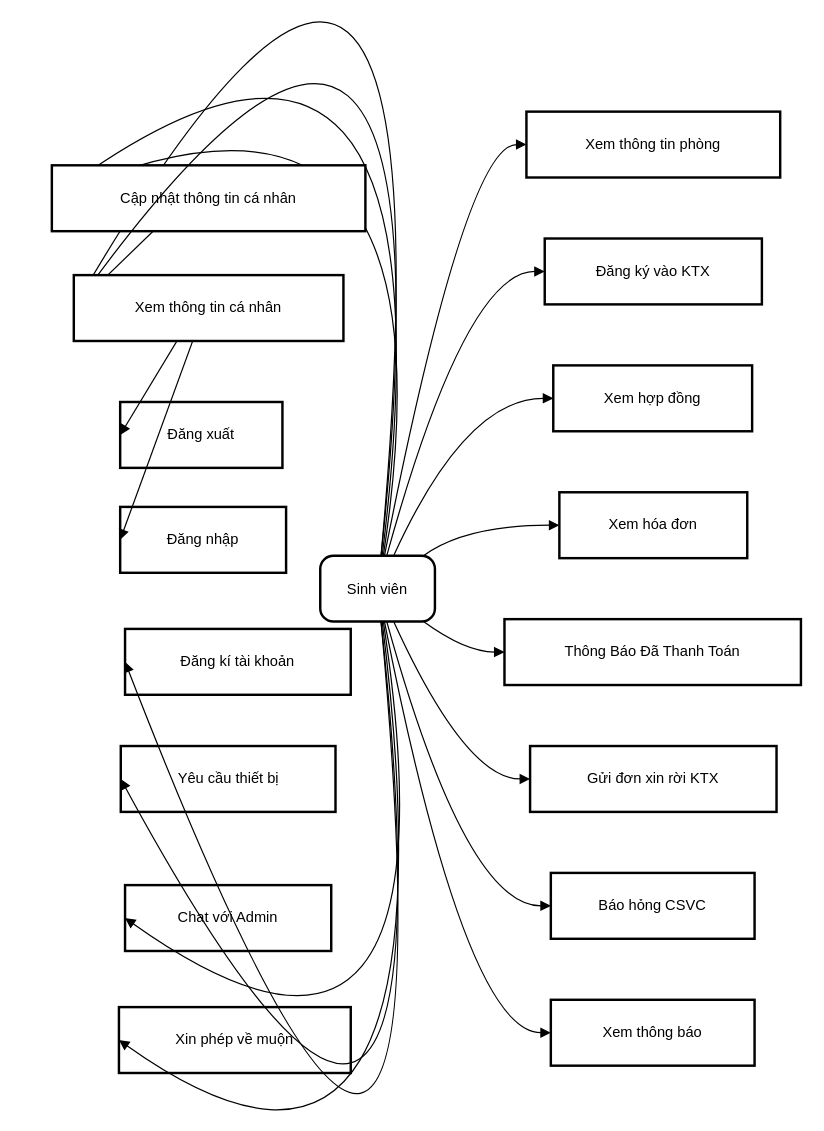
This is page "Trang-2" (2 of 43) of usecase-tongquan.drawio from ngocanh0803/DACS-25-PhanMemQuanLi1, a draw.io file, before an edit. Source tidied: cells renumbered, new cells numbered last; positions are measured from the earlier drawing's top-left corner, leaving out a move shared by most shapes. Both pictures are drawn from the tidied source at 122%, with x=0, y=0 at pixel (51, -364).
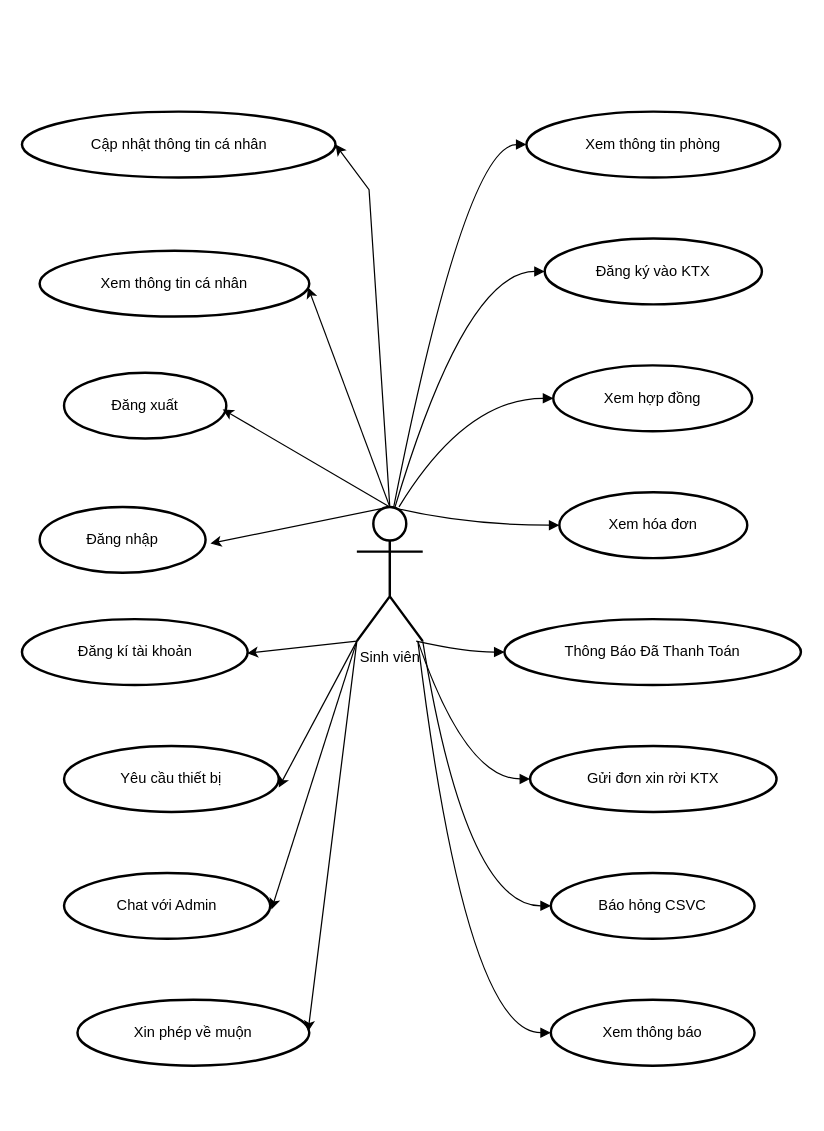
The same page after the edit.

What changed in the source:
```diff
@@
-    <mxCell id="2" value="Sinh viên" style="rounded=1;arcSize=20;strokeWidth=2;" parent="1" vertex="1">
-      <mxGeometry x="220" y="753" width="94" height="54" as="geometry" />
+    <mxCell id="2" value="Sinh viên" style="rounded=1;arcSize=20;strokeWidth=2;shape=umlActor;verticalLabelPosition=bottom;verticalAlign=top;html=1;outlineConnect=0;" parent="1" vertex="1">
+      <mxGeometry x="250" y="713" width="54" height="110" as="geometry" />
     </mxCell>
-    <mxCell id="3" value="Đăng nhập" style="whiteSpace=wrap;strokeWidth=2;" parent="1" vertex="1">
-      <mxGeometry x="56" y="713" width="136" height="54" as="geometry" />
+    <mxCell id="3" value="Đăng nhập" style="whiteSpace=wrap;strokeWidth=2;shape=ellipse;perimeter=ellipsePerimeter;html=1;" parent="1" vertex="1">
+      <mxGeometry x="-10" y="713" width="136" height="54" as="geometry" />
     </mxCell>
-    <mxCell id="4" value="Đăng xuất" style="whiteSpace=wrap;strokeWidth=2;" parent="1" vertex="1">
-      <mxGeometry x="56" y="627" width="133" height="54" as="geometry" />
+    <mxCell id="4" value="Đăng xuất" style="whiteSpace=wrap;strokeWidth=2;shape=ellipse;perimeter=ellipsePerimeter;html=1;" parent="1" vertex="1">
+      <mxGeometry x="10" y="603" width="133" height="54" as="geometry" />
     </mxCell>
-    <mxCell id="5" value="Xem thông tin phòng" style="whiteSpace=wrap;strokeWidth=2;" parent="1" vertex="1">
+    <mxCell id="5" value="Xem thông tin phòng" style="whiteSpace=wrap;strokeWidth=2;shape=ellipse;perimeter=ellipsePerimeter;html=1;" parent="1" vertex="1">
       <mxGeometry x="389" y="389" width="208" height="54" as="geometry" />
     </mxCell>
-    <mxCell id="6" value="Đăng ký vào KTX" style="whiteSpace=wrap;strokeWidth=2;" parent="1" vertex="1">
+    <mxCell id="6" value="Đăng ký vào KTX" style="whiteSpace=wrap;strokeWidth=2;shape=ellipse;perimeter=ellipsePerimeter;html=1;" parent="1" vertex="1">
       <mxGeometry x="404" y="493" width="178" height="54" as="geometry" />
     </mxCell>
-    <mxCell id="7" value="Xem hợp đồng" style="whiteSpace=wrap;strokeWidth=2;" parent="1" vertex="1">
+    <mxCell id="7" value="Xem hợp đồng" style="whiteSpace=wrap;strokeWidth=2;shape=ellipse;perimeter=ellipsePerimeter;html=1;" parent="1" vertex="1">
       <mxGeometry x="411" y="597" width="163" height="54" as="geometry" />
     </mxCell>
-    <mxCell id="8" value="Xem hóa đơn" style="whiteSpace=wrap;strokeWidth=2;" parent="1" vertex="1">
+    <mxCell id="8" value="Xem hóa đơn" style="whiteSpace=wrap;strokeWidth=2;shape=ellipse;perimeter=ellipsePerimeter;html=1;" parent="1" vertex="1">
       <mxGeometry x="416" y="701" width="154" height="54" as="geometry" />
     </mxCell>
-    <mxCell id="9" value="Thông Báo Đã Thanh Toán" style="whiteSpace=wrap;strokeWidth=2;" parent="1" vertex="1">
+    <mxCell id="9" value="Thông Báo Đã Thanh Toán" style="whiteSpace=wrap;strokeWidth=2;shape=ellipse;perimeter=ellipsePerimeter;html=1;" parent="1" vertex="1">
       <mxGeometry x="371" y="805" width="243" height="54" as="geometry" />
     </mxCell>
-    <mxCell id="10" value="Gửi đơn xin rời KTX" style="whiteSpace=wrap;strokeWidth=2;" parent="1" vertex="1">
+    <mxCell id="10" value="Gửi đơn xin rời KTX" style="whiteSpace=wrap;strokeWidth=2;shape=ellipse;perimeter=ellipsePerimeter;html=1;" parent="1" vertex="1">
       <mxGeometry x="392" y="909" width="202" height="54" as="geometry" />
     </mxCell>
-    <mxCell id="11" value="Báo hỏng CSVC" style="whiteSpace=wrap;strokeWidth=2;" parent="1" vertex="1">
+    <mxCell id="11" value="Báo hỏng CSVC" style="whiteSpace=wrap;strokeWidth=2;shape=ellipse;perimeter=ellipsePerimeter;html=1;" parent="1" vertex="1">
       <mxGeometry x="409" y="1013" width="167" height="54" as="geometry" />
     </mxCell>
-    <mxCell id="12" value="Xem thông báo" style="whiteSpace=wrap;strokeWidth=2;" parent="1" vertex="1">
+    <mxCell id="12" value="Xem thông báo" style="whiteSpace=wrap;strokeWidth=2;shape=ellipse;perimeter=ellipsePerimeter;html=1;" parent="1" vertex="1">
       <mxGeometry x="409" y="1117" width="167" height="54" as="geometry" />
     </mxCell>
-    <mxCell id="13" value="Chat với Admin" style="whiteSpace=wrap;strokeWidth=2;" parent="1" vertex="1">
-      <mxGeometry x="60" y="1023" width="169" height="54" as="geometry" />
+    <mxCell id="13" value="Chat với Admin" style="whiteSpace=wrap;strokeWidth=2;shape=ellipse;perimeter=ellipsePerimeter;html=1;" parent="1" vertex="1">
+      <mxGeometry x="10" y="1013" width="169" height="54" as="geometry" />
     </mxCell>
-    <mxCell id="14" value="Xin phép về muộn" style="whiteSpace=wrap;strokeWidth=2;" parent="1" vertex="1">
-      <mxGeometry x="55" y="1123" width="190" height="54" as="geometry" />
+    <mxCell id="14" value="Xin phép về muộn" style="whiteSpace=wrap;strokeWidth=2;shape=ellipse;perimeter=ellipsePerimeter;html=1;" parent="1" vertex="1">
+      <mxGeometry x="21" y="1117" width="190" height="54" as="geometry" />
     </mxCell>
-    <mxCell id="15" value="Yêu cầu thiết bị" style="whiteSpace=wrap;strokeWidth=2;" parent="1" vertex="1">
-      <mxGeometry x="56.5" y="909" width="176" height="54" as="geometry" />
+    <mxCell id="15" value="Yêu cầu thiết bị" style="whiteSpace=wrap;strokeWidth=2;shape=ellipse;perimeter=ellipsePerimeter;html=1;" parent="1" vertex="1">
+      <mxGeometry x="10" y="909" width="176" height="54" as="geometry" />
     </mxCell>
-    <mxCell id="16" value="Đăng kí tài khoản" style="whiteSpace=wrap;strokeWidth=2;" parent="1" vertex="1">
-      <mxGeometry x="60" y="813" width="185" height="54" as="geometry" />
+    <mxCell id="16" value="Đăng kí tài khoản" style="whiteSpace=wrap;strokeWidth=2;shape=ellipse;perimeter=ellipsePerimeter;html=1;" parent="1" vertex="1">
+      <mxGeometry x="-24.5" y="805" width="185" height="54" as="geometry" />
     </mxCell>
-    <mxCell id="17" style="curved=1;startArrow=none;endArrow=block;exitX=0.53;exitY=0;entryX=0;entryY=0.5;rounded=0;" parent="1" edge="1" source="37" target="3">
-      <mxGeometry relative="1" as="geometry" />
-    </mxCell>
-    <mxCell id="18" style="curved=1;startArrow=none;endArrow=block;exitX=0.53;exitY=0;entryX=0;entryY=0.5;rounded=0;" parent="1" edge="1" source="37" target="4">
-      <mxGeometry relative="1" as="geometry" />
-    </mxCell>
-    <mxCell id="19" style="curved=1;startArrow=none;endArrow=block;exitX=0.54;exitY=0;entryX=0;entryY=0.5;rounded=0;" parent="1" edge="1" source="35" target="37">
-      <mxGeometry relative="1" as="geometry" />
-    </mxCell>
-    <mxCell id="20" style="curved=1;startArrow=none;endArrow=block;exitX=0.55;exitY=0;entryX=0;entryY=0.5;rounded=0;" parent="1" edge="1" source="2" target="35">
-      <mxGeometry relative="1" as="geometry">
-        <Array as="points">
-          <mxPoint x="339" y="312" />
-        </Array>
-      </mxGeometry>
-    </mxCell>
@@
-    <mxCell id="24" style="curved=1;startArrow=none;endArrow=block;exitX=0.9;exitY=0;entryX=0;entryY=0.5;rounded=0;" parent="1" edge="1" source="2" target="8">
+    <mxCell id="24" style="curved=1;startArrow=none;endArrow=block;exitX=0.5;exitY=0;entryX=0;entryY=0.5;rounded=0;exitDx=0;exitDy=0;exitPerimeter=0;" parent="1" edge="1" source="2" target="8">
       <mxGeometry relative="1" as="geometry">
         <Array as="points">
           <mxPoint x="339" y="728" />
         </Array>
       </mxGeometry>
     </mxCell>
@@
-    <mxCell id="26" style="curved=1;startArrow=none;endArrow=block;exitX=0.64;exitY=1;entryX=0;entryY=0.5;rounded=0;" parent="1" edge="1" source="2" target="10">
+    <mxCell id="26" style="curved=1;startArrow=none;endArrow=block;entryX=0;entryY=0.5;rounded=0;" parent="1" edge="1" target="10">
       <mxGeometry relative="1" as="geometry">
+        <mxPoint x="300" y="823" as="sourcePoint" />
         <Array as="points">
           <mxPoint x="339" y="936" />
         </Array>
       </mxGeometry>
     </mxCell>
-    <mxCell id="27" style="curved=1;startArrow=none;endArrow=block;exitX=0.58;exitY=1;entryX=0;entryY=0.5;rounded=0;" parent="1" edge="1" source="2" target="11">
+    <mxCell id="27" style="curved=1;startArrow=none;endArrow=block;exitX=1;exitY=1;entryX=0;entryY=0.5;rounded=0;exitDx=0;exitDy=0;exitPerimeter=0;" parent="1" edge="1" source="2" target="11">
       <mxGeometry relative="1" as="geometry">
         <Array as="points">
           <mxPoint x="339" y="1040" />
         </Array>
       </mxGeometry>
     </mxCell>
-    <mxCell id="28" style="curved=1;startArrow=none;endArrow=block;exitX=0.56;exitY=1;entryX=0;entryY=0.5;rounded=0;" parent="1" edge="1" source="2" target="12">
+    <mxCell id="28" style="curved=1;startArrow=none;endArrow=block;entryX=0;entryY=0.5;rounded=0;" parent="1" edge="1" target="12">
       <mxGeometry relative="1" as="geometry">
+        <mxPoint x="300" y="823" as="sourcePoint" />
         <Array as="points">
           <mxPoint x="339" y="1144" />
         </Array>
       </mxGeometry>
     </mxCell>
-    <mxCell id="29" style="curved=1;startArrow=none;endArrow=block;exitX=0.55;exitY=1;entryX=0;entryY=0.5;rounded=0;" parent="1" edge="1" source="2" target="13">
-      <mxGeometry relative="1" as="geometry">
-        <Array as="points">
-          <mxPoint x="339" y="1248" />
-        </Array>
-      </mxGeometry>
-    </mxCell>
-    <mxCell id="30" style="curved=1;startArrow=none;endArrow=block;exitX=0.54;exitY=1;entryX=0;entryY=0.5;rounded=0;" parent="1" edge="1" source="2" target="14">
-      <mxGeometry relative="1" as="geometry">
-        <Array as="points">
-          <mxPoint x="339" y="1352" />
-        </Array>
-      </mxGeometry>
-    </mxCell>
-    <mxCell id="31" style="curved=1;startArrow=none;endArrow=block;exitX=0.53;exitY=1;entryX=0;entryY=0.5;rounded=0;" parent="1" edge="1" source="2" target="15">
-      <mxGeometry relative="1" as="geometry">
-        <Array as="points">
-          <mxPoint x="339" y="1456" />
-        </Array>
-      </mxGeometry>
-    </mxCell>
-    <mxCell id="32" style="curved=1;startArrow=none;endArrow=block;exitX=0.53;exitY=1;entryX=0;entryY=0.5;rounded=0;" parent="1" edge="1" source="2" target="16">
-      <mxGeometry relative="1" as="geometry">
-        <Array as="points">
-          <mxPoint x="339" y="1560" />
-        </Array>
-      </mxGeometry>
-    </mxCell>
-    <mxCell id="33" style="curved=1;startArrow=none;endArrow=block;exitX=0.53;exitY=0;entryX=0;entryY=0.5;rounded=0;" parent="1" edge="1" source="2" target="37">
-      <mxGeometry relative="1" as="geometry">
-        <Array as="points">
-          <mxPoint x="339" />
-        </Array>
-      </mxGeometry>
-    </mxCell>
-    <mxCell id="34" style="curved=1;startArrow=none;endArrow=block;exitX=0.54;exitY=0;entryX=0;entryY=0.5;rounded=0;" parent="1" edge="1" source="2" target="35">
-      <mxGeometry relative="1" as="geometry">
-        <Array as="points">
-          <mxPoint x="339" y="208" />
-        </Array>
-      </mxGeometry>
-    </mxCell>
-    <mxCell id="35" value="Cập nhật thông tin cá nhân" style="whiteSpace=wrap;strokeWidth=2;" parent="1" vertex="1">
-      <mxGeometry y="433" width="257" height="54" as="geometry" />
+    <mxCell id="35" value="Cập nhật thông tin cá nhân" style="whiteSpace=wrap;strokeWidth=2;shape=ellipse;perimeter=ellipsePerimeter;html=1;" parent="1" vertex="1">
+      <mxGeometry x="-24.5" y="389" width="257" height="54" as="geometry" />
     </mxCell>
-    <mxCell id="36" style="curved=1;startArrow=none;endArrow=block;exitX=0.53;exitY=0;entryX=0;entryY=0.5;rounded=0;" parent="1" edge="1" source="2" target="37">
-      <mxGeometry relative="1" as="geometry">
-        <Array as="points">
-          <mxPoint x="339" y="104" />
-        </Array>
-      </mxGeometry>
-    </mxCell>
-    <mxCell id="37" value="Xem thông tin cá nhân" style="whiteSpace=wrap;strokeWidth=2;" parent="1" vertex="1">
-      <mxGeometry x="18" y="523" width="221" height="54" as="geometry" />
+    <mxCell id="37" value="Xem thông tin cá nhân" style="whiteSpace=wrap;strokeWidth=2;shape=ellipse;perimeter=ellipsePerimeter;html=1;" parent="1" vertex="1">
+      <mxGeometry x="-10" y="503" width="221" height="54" as="geometry" />
     </mxCell>
+    <mxCell id="38" style="endArrow=classic;html=1;rounded=0;exitX=0.5;exitY=0;exitDx=0;exitDy=0;exitPerimeter=0;entryX=1;entryY=0.5;entryDx=0;entryDy=0;" parent="1" edge="1" source="2" target="35">
+      <mxGeometry relative="1" as="geometry">
+        <Array as="points">
+          <mxPoint x="260" y="453" />
+        </Array>
+      </mxGeometry>
+    </mxCell>
+    <mxCell id="39" style="endArrow=classic;html=1;rounded=0;exitX=0.5;exitY=0;exitDx=0;exitDy=0;exitPerimeter=0;" parent="1" edge="1" source="2">
+      <mxGeometry relative="1" as="geometry">
+        <mxPoint x="210" y="533" as="targetPoint" />
+      </mxGeometry>
+    </mxCell>
+    <mxCell id="40" style="endArrow=classic;html=1;rounded=0;exitX=0.5;exitY=0;exitDx=0;exitDy=0;exitPerimeter=0;" parent="1" edge="1" source="2">
+      <mxGeometry relative="1" as="geometry">
+        <mxPoint x="140" y="633" as="targetPoint" />
+      </mxGeometry>
+    </mxCell>
+    <mxCell id="41" style="endArrow=classic;html=1;rounded=0;exitX=0.5;exitY=0;exitDx=0;exitDy=0;exitPerimeter=0;" parent="1" edge="1" source="2">
+      <mxGeometry relative="1" as="geometry">
+        <mxPoint x="130" y="743" as="targetPoint" />
+      </mxGeometry>
+    </mxCell>
+    <mxCell id="42" style="endArrow=classic;html=1;rounded=0;exitX=0;exitY=1;exitDx=0;exitDy=0;exitPerimeter=0;" parent="1" edge="1" source="2">
+      <mxGeometry relative="1" as="geometry">
+        <mxPoint x="160" y="833" as="targetPoint" />
+      </mxGeometry>
+    </mxCell>
+    <mxCell id="43" style="endArrow=classic;html=1;rounded=0;exitX=0;exitY=1;exitDx=0;exitDy=0;exitPerimeter=0;" parent="1" edge="1" source="2">
+      <mxGeometry relative="1" as="geometry">
+        <mxPoint x="186" y="943" as="targetPoint" />
+      </mxGeometry>
+    </mxCell>
+    <mxCell id="44" style="endArrow=classic;html=1;rounded=0;exitX=0;exitY=1;exitDx=0;exitDy=0;exitPerimeter=0;" parent="1" edge="1" source="2">
+      <mxGeometry relative="1" as="geometry">
+        <mxPoint x="180" y="1043" as="targetPoint" />
+      </mxGeometry>
+    </mxCell>
+    <mxCell id="45" style="endArrow=classic;html=1;rounded=0;exitX=0;exitY=1;exitDx=0;exitDy=0;exitPerimeter=0;" parent="1" edge="1" source="2">
+      <mxGeometry relative="1" as="geometry">
+        <mxPoint x="210" y="1143" as="targetPoint" />
+      </mxGeometry>
+    </mxCell>
```
